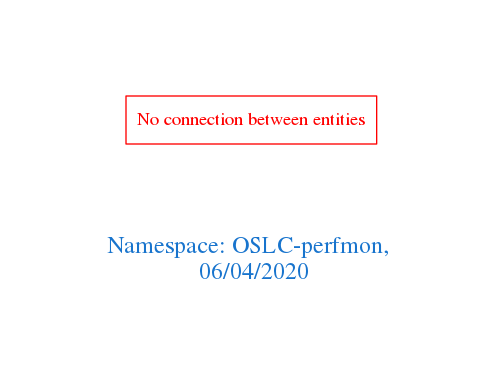
Above: downloads/OSLC-perfmon.png in arago/OGIT (Graphviz), before the change. Its source is kept beside it as downloads/OSLC-perfmon.dot.
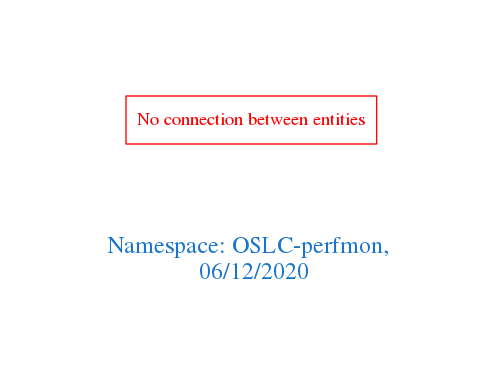
After the commit.

The edit, as a diff of the source:
```diff
@@ -1,7 +1,7 @@
 digraph OGIT_ontology {
  graph [ rankdir= LR,pad=1
 fontsize = 18,
-fontcolor= dodgerblue3,label = "\n\n\nNamespace: OSLC-perfmon, \n 06/04/2020"];
+fontcolor= dodgerblue3,label = "\n\n\nNamespace: OSLC-perfmon, \n 06/12/2020"];
 node[shape=polygon];
 edge [  color="gray81"];
 
```
